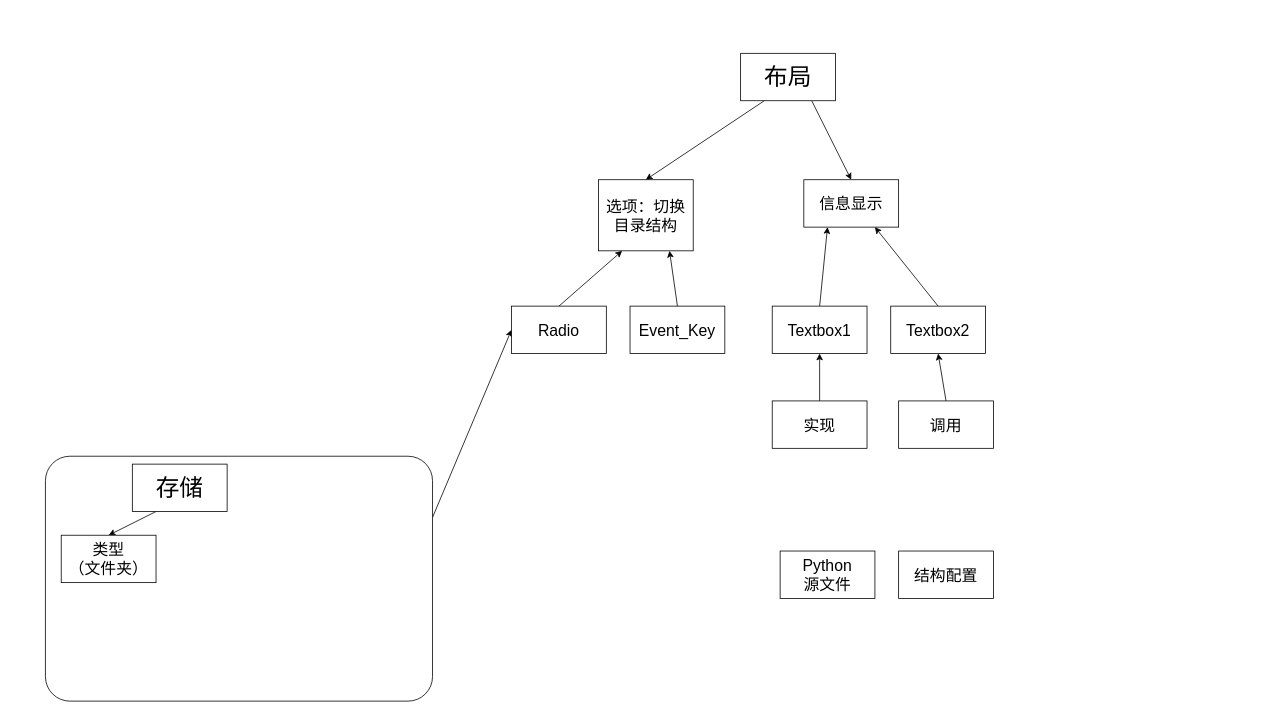
The draw.io diagram architectrue.drawio in ShellRedia/PaperConclusion, before the edit. Source tidied: cells renumbered, new cells numbered last; positions are measured from the earlier drawing's top-left corner, leaving out a move shared by most shapes. Both pictures are drawn from the tidied source at 79%, with x=0, y=0 at pixel (45, 53).
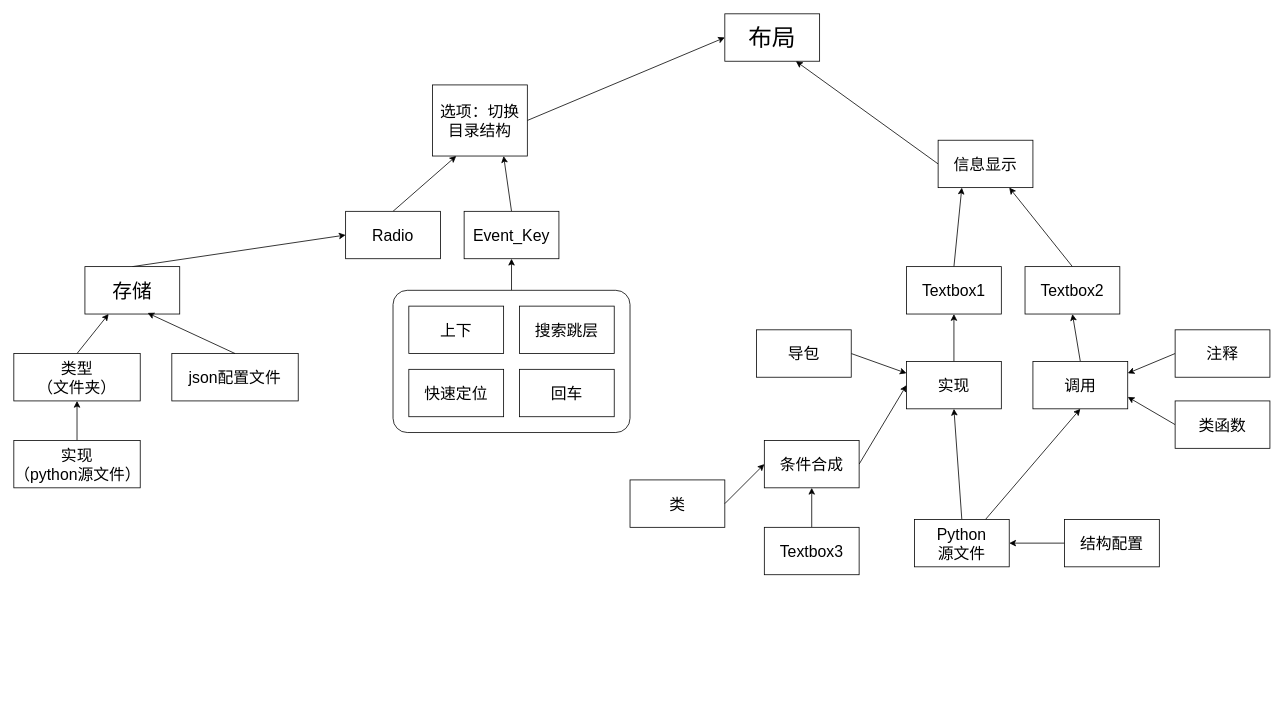
The same page after the edit.

What changed in the source:
```diff
@@
-    <mxCell id="2" style="edgeStyle=none;rounded=0;jettySize=auto;html=1;exitX=1;exitY=0.25;exitDx=0;exitDy=0;entryX=0;entryY=0.5;entryDx=0;entryDy=0;" parent="1" edge="1" source="3" target="10">
-      <mxGeometry relative="1" as="geometry" />
-    </mxCell>
-    <mxCell id="3" style="rounded=1;whiteSpace=wrap;html=1;arcSize=10;" parent="1" vertex="1">
-      <mxGeometry y="510" width="490" height="310" as="geometry" />
-    </mxCell>
-    <mxCell id="4" style="rounded=0;jettySize=auto;html=1;exitX=0.25;exitY=1;exitDx=0;exitDy=0;entryX=0.5;entryY=0;entryDx=0;entryDy=0;" parent="1" edge="1" source="6" target="7">
-      <mxGeometry relative="1" as="geometry" />
-    </mxCell>
-    <mxCell id="5" style="edgeStyle=none;rounded=0;jettySize=auto;html=1;exitX=0.75;exitY=1;exitDx=0;exitDy=0;entryX=0.5;entryY=0;entryDx=0;entryDy=0;" parent="1" edge="1" source="6" target="8">
-      <mxGeometry relative="1" as="geometry" />
-    </mxCell>
+    <mxCell id="26" style="edgeStyle=none;rounded=0;jettySize=auto;html=1;exitX=0.5;exitY=0;exitDx=0;exitDy=0;entryX=0.5;entryY=1;entryDx=0;entryDy=0;" parent="1" edge="1" source="27" target="12">
+      <mxGeometry relative="1" as="geometry" />
+    </mxCell>
+    <mxCell id="27" style="rounded=1;whiteSpace=wrap;html=1;arcSize=10;" parent="1" vertex="1">
+      <mxGeometry x="440" y="300" width="300" height="180" as="geometry" />
+    </mxCell>
     <mxCell id="6" value="&lt;font style=&quot;font-size: 30px;&quot;&gt;布局&lt;/font&gt;" style="whiteSpace=wrap;html=1;" parent="1" vertex="1">
-      <mxGeometry x="880" width="120" height="60" as="geometry" />
+      <mxGeometry x="860" y="-50" width="120" height="60" as="geometry" />
     </mxCell>
+    <mxCell id="28" style="edgeStyle=none;rounded=0;jettySize=auto;html=1;exitX=1;exitY=0.5;exitDx=0;exitDy=0;entryX=0;entryY=0.5;entryDx=0;entryDy=0;" parent="1" edge="1" source="7" target="6">
+      <mxGeometry relative="1" as="geometry" />
+    </mxCell>
     <mxCell id="7" value="&lt;font style=&quot;font-size: 20px;&quot;&gt;选项：切换目录结构&lt;/font&gt;" style="whiteSpace=wrap;html=1;" parent="1" vertex="1">
-      <mxGeometry x="700" y="160" width="120" height="90" as="geometry" />
+      <mxGeometry x="490" y="40" width="120" height="90" as="geometry" />
     </mxCell>
+    <mxCell id="29" style="edgeStyle=none;rounded=0;jettySize=auto;html=1;exitX=0;exitY=0.5;exitDx=0;exitDy=0;entryX=0.75;entryY=1;entryDx=0;entryDy=0;" parent="1" edge="1" source="8" target="6">
+      <mxGeometry relative="1" as="geometry" />
+    </mxCell>
     <mxCell id="8" value="&lt;span style=&quot;font-size: 20px;&quot;&gt;信息显示&lt;/span&gt;" style="whiteSpace=wrap;html=1;" parent="1" vertex="1">
-      <mxGeometry x="960" y="160" width="120" height="60" as="geometry" />
+      <mxGeometry x="1130" y="110" width="120" height="60" as="geometry" />
     </mxCell>
@@
     <mxCell id="10" value="&lt;font style=&quot;font-size: 20px;&quot;&gt;Radio&lt;/font&gt;" style="whiteSpace=wrap;html=1;" parent="1" vertex="1">
-      <mxGeometry x="590" y="320" width="120" height="60" as="geometry" />
+      <mxGeometry x="380" y="200" width="120" height="60" as="geometry" />
     </mxCell>
@@
     <mxCell id="12" value="&lt;span style=&quot;font-size: 20px;&quot;&gt;Event_Key&lt;/span&gt;" style="whiteSpace=wrap;html=1;" parent="1" vertex="1">
-      <mxGeometry x="740" y="320" width="120" height="60" as="geometry" />
+      <mxGeometry x="530" y="200" width="120" height="60" as="geometry" />
     </mxCell>
-    <mxCell id="13" style="edgeStyle=none;rounded=0;jettySize=auto;html=1;exitX=0.25;exitY=1;exitDx=0;exitDy=0;entryX=0.5;entryY=0;entryDx=0;entryDy=0;" parent="1" edge="1" source="14" target="15">
-      <mxGeometry relative="1" as="geometry" />
-    </mxCell>
+    <mxCell id="30" style="edgeStyle=none;rounded=0;jettySize=auto;html=1;exitX=0.5;exitY=0;exitDx=0;exitDy=0;entryX=0;entryY=0.5;entryDx=0;entryDy=0;" parent="1" edge="1" source="14" target="10">
+      <mxGeometry relative="1" as="geometry" />
+    </mxCell>
-    <mxCell id="14" value="&lt;font style=&quot;font-size: 30px;&quot;&gt;存储&lt;/font&gt;" style="whiteSpace=wrap;html=1;" parent="1" vertex="1">
-      <mxGeometry x="110" y="520" width="120" height="60" as="geometry" />
+    <mxCell id="14" value="&lt;font style=&quot;font-size: 25px;&quot;&gt;存储&lt;/font&gt;" style="whiteSpace=wrap;html=1;" parent="1" vertex="1">
+      <mxGeometry x="50" y="270" width="120" height="60" as="geometry" />
     </mxCell>
+    <mxCell id="31" style="edgeStyle=none;rounded=0;jettySize=auto;html=1;exitX=0.5;exitY=0;exitDx=0;exitDy=0;entryX=0.25;entryY=1;entryDx=0;entryDy=0;" parent="1" edge="1" source="15" target="14">
+      <mxGeometry relative="1" as="geometry" />
+    </mxCell>
     <mxCell id="15" value="&lt;span style=&quot;font-size: 20px;&quot;&gt;类型&lt;br&gt;（文件夹）&lt;/span&gt;" style="whiteSpace=wrap;html=1;" parent="1" vertex="1">
-      <mxGeometry x="20" y="610" width="120" height="60" as="geometry" />
+      <mxGeometry x="-40" y="380" width="160" height="60" as="geometry" />
     </mxCell>
@@
     <mxCell id="17" value="&lt;span style=&quot;font-size: 20px;&quot;&gt;Textbox1&lt;/span&gt;" style="whiteSpace=wrap;html=1;" parent="1" vertex="1">
-      <mxGeometry x="920" y="320" width="120" height="60" as="geometry" />
+      <mxGeometry x="1090" y="270" width="120" height="60" as="geometry" />
     </mxCell>
@@
     <mxCell id="19" value="&lt;span style=&quot;font-size: 20px;&quot;&gt;Textbox2&lt;/span&gt;" style="whiteSpace=wrap;html=1;" parent="1" vertex="1">
-      <mxGeometry x="1070" y="320" width="120" height="60" as="geometry" />
+      <mxGeometry x="1240" y="270" width="120" height="60" as="geometry" />
     </mxCell>
@@
     <mxCell id="21" value="&lt;span style=&quot;font-size: 20px;&quot;&gt;实现&lt;/span&gt;" style="whiteSpace=wrap;html=1;" parent="1" vertex="1">
-      <mxGeometry x="920" y="440" width="120" height="60" as="geometry" />
+      <mxGeometry x="1090" y="390" width="120" height="60" as="geometry" />
     </mxCell>
+    <mxCell id="32" style="edgeStyle=none;rounded=0;jettySize=auto;html=1;exitX=0.5;exitY=0;exitDx=0;exitDy=0;entryX=0.5;entryY=1;entryDx=0;entryDy=0;" parent="1" edge="1" source="22" target="21">
+      <mxGeometry relative="1" as="geometry" />
+    </mxCell>
+    <mxCell id="33" style="edgeStyle=none;rounded=0;jettySize=auto;html=1;exitX=0.75;exitY=0;exitDx=0;exitDy=0;entryX=0.5;entryY=1;entryDx=0;entryDy=0;" parent="1" edge="1" source="22" target="25">
+      <mxGeometry relative="1" as="geometry" />
+    </mxCell>
     <mxCell id="22" value="&lt;span style=&quot;font-size: 20px;&quot;&gt;Python&lt;br&gt;源文件&lt;/span&gt;" style="whiteSpace=wrap;html=1;" parent="1" vertex="1">
-      <mxGeometry x="930" y="630" width="120" height="60" as="geometry" />
+      <mxGeometry x="1100" y="590" width="120" height="60" as="geometry" />
     </mxCell>
+    <mxCell id="34" style="edgeStyle=none;rounded=0;jettySize=auto;html=1;exitX=0;exitY=0.5;exitDx=0;exitDy=0;entryX=1;entryY=0.5;entryDx=0;entryDy=0;" parent="1" edge="1" source="23" target="22">
+      <mxGeometry relative="1" as="geometry" />
+    </mxCell>
     <mxCell id="23" value="&lt;span style=&quot;font-size: 20px;&quot;&gt;结构配置&lt;/span&gt;" style="whiteSpace=wrap;html=1;" parent="1" vertex="1">
-      <mxGeometry x="1080" y="630" width="120" height="60" as="geometry" />
+      <mxGeometry x="1290" y="590" width="120" height="60" as="geometry" />
     </mxCell>
@@
     <mxCell id="25" value="&lt;span style=&quot;font-size: 20px;&quot;&gt;调用&lt;/span&gt;" style="whiteSpace=wrap;html=1;" parent="1" vertex="1">
-      <mxGeometry x="1080" y="440" width="120" height="60" as="geometry" />
+      <mxGeometry x="1250" y="390" width="120" height="60" as="geometry" />
     </mxCell>
+    <mxCell id="35" style="edgeStyle=none;rounded=0;jettySize=auto;html=1;exitX=1;exitY=0.5;exitDx=0;exitDy=0;entryX=0;entryY=0.5;entryDx=0;entryDy=0;" parent="1" edge="1" source="44" target="21">
+      <mxGeometry relative="1" as="geometry" />
+    </mxCell>
+    <mxCell id="36" value="&lt;span style=&quot;font-size: 20px;&quot;&gt;类&lt;/span&gt;" style="whiteSpace=wrap;html=1;" parent="1" vertex="1">
+      <mxGeometry x="740" y="540" width="120" height="60" as="geometry" />
+    </mxCell>
+    <mxCell id="37" style="edgeStyle=none;rounded=0;jettySize=auto;html=1;exitX=1;exitY=0.5;exitDx=0;exitDy=0;entryX=0;entryY=0.25;entryDx=0;entryDy=0;" parent="1" edge="1" source="38" target="21">
+      <mxGeometry relative="1" as="geometry" />
+    </mxCell>
+    <mxCell id="38" value="&lt;span style=&quot;font-size: 20px;&quot;&gt;导包&lt;/span&gt;" style="whiteSpace=wrap;html=1;" parent="1" vertex="1">
+      <mxGeometry x="900" y="350" width="120" height="60" as="geometry" />
+    </mxCell>
+    <mxCell id="39" style="edgeStyle=none;rounded=0;jettySize=auto;html=1;exitX=0;exitY=0.5;exitDx=0;exitDy=0;entryX=1;entryY=0.75;entryDx=0;entryDy=0;" parent="1" edge="1" source="40" target="25">
+      <mxGeometry relative="1" as="geometry" />
+    </mxCell>
+    <mxCell id="40" value="&lt;span style=&quot;font-size: 20px;&quot;&gt;类函数&lt;/span&gt;" style="whiteSpace=wrap;html=1;" parent="1" vertex="1">
+      <mxGeometry x="1430" y="440" width="120" height="60" as="geometry" />
+    </mxCell>
+    <mxCell id="41" style="edgeStyle=none;rounded=0;jettySize=auto;html=1;exitX=0;exitY=0.5;exitDx=0;exitDy=0;entryX=1;entryY=0.25;entryDx=0;entryDy=0;" parent="1" edge="1" source="42" target="25">
+      <mxGeometry relative="1" as="geometry" />
+    </mxCell>
+    <mxCell id="42" value="&lt;span style=&quot;font-size: 20px;&quot;&gt;注释&lt;/span&gt;" style="whiteSpace=wrap;html=1;" parent="1" vertex="1">
+      <mxGeometry x="1430" y="350" width="120" height="60" as="geometry" />
+    </mxCell>
+    <mxCell id="43" style="edgeStyle=none;rounded=0;jettySize=auto;html=1;exitX=1;exitY=0.5;exitDx=0;exitDy=0;entryX=0;entryY=0.5;entryDx=0;entryDy=0;" parent="1" edge="1" source="36" target="44">
+      <mxGeometry relative="1" as="geometry" />
+    </mxCell>
+    <mxCell id="44" value="&lt;span style=&quot;font-size: 20px;&quot;&gt;条件合成&lt;/span&gt;" style="whiteSpace=wrap;html=1;" parent="1" vertex="1">
+      <mxGeometry x="910" y="490" width="120" height="60" as="geometry" />
+    </mxCell>
+    <mxCell id="45" value="&lt;span style=&quot;font-size: 20px;&quot;&gt;快速定位&lt;/span&gt;" style="whiteSpace=wrap;html=1;" parent="1" vertex="1">
+      <mxGeometry x="460" y="400" width="120" height="60" as="geometry" />
+    </mxCell>
+    <mxCell id="46" value="&lt;span style=&quot;font-size: 20px;&quot;&gt;搜索跳层&lt;/span&gt;" style="whiteSpace=wrap;html=1;" parent="1" vertex="1">
+      <mxGeometry x="600" y="320" width="120" height="60" as="geometry" />
+    </mxCell>
+    <mxCell id="47" value="&lt;span style=&quot;font-size: 20px;&quot;&gt;上下&lt;/span&gt;" style="whiteSpace=wrap;html=1;" parent="1" vertex="1">
+      <mxGeometry x="460" y="320" width="120" height="60" as="geometry" />
+    </mxCell>
+    <mxCell id="48" value="&lt;span style=&quot;font-size: 20px;&quot;&gt;回车&lt;/span&gt;" style="whiteSpace=wrap;html=1;" parent="1" vertex="1">
+      <mxGeometry x="600" y="400" width="120" height="60" as="geometry" />
+    </mxCell>
+    <mxCell id="49" style="edgeStyle=none;rounded=0;jettySize=auto;html=1;exitX=0.5;exitY=0;exitDx=0;exitDy=0;entryX=0.5;entryY=1;entryDx=0;entryDy=0;" parent="1" edge="1" source="50" target="44">
+      <mxGeometry relative="1" as="geometry" />
+    </mxCell>
+    <mxCell id="50" value="&lt;span style=&quot;font-size: 20px;&quot;&gt;Textbox3&lt;/span&gt;" style="whiteSpace=wrap;html=1;" parent="1" vertex="1">
+      <mxGeometry x="910" y="600" width="120" height="60" as="geometry" />
+    </mxCell>
+    <mxCell id="51" style="edgeStyle=none;rounded=0;jettySize=auto;html=1;exitX=0.5;exitY=0;exitDx=0;exitDy=0;entryX=0.5;entryY=1;entryDx=0;entryDy=0;" parent="1" edge="1" source="52" target="15">
+      <mxGeometry relative="1" as="geometry" />
+    </mxCell>
+    <mxCell id="52" value="&lt;span style=&quot;font-size: 20px;&quot;&gt;实现&lt;br&gt;（python源文件）&lt;/span&gt;" style="whiteSpace=wrap;html=1;" parent="1" vertex="1">
+      <mxGeometry x="-40" y="490" width="160" height="60" as="geometry" />
+    </mxCell>
+    <mxCell id="53" value="&lt;span style=&quot;font-size: 20px;&quot;&gt;json配置文件&lt;/span&gt;" style="whiteSpace=wrap;html=1;" parent="1" vertex="1">
+      <mxGeometry x="160" y="380" width="160" height="60" as="geometry" />
+    </mxCell>
+    <mxCell id="54" style="edgeStyle=none;rounded=0;jettySize=auto;html=1;exitX=0.5;exitY=0;exitDx=0;exitDy=0;entryX=0.661;entryY=0.978;entryDx=0;entryDy=0;entryPerimeter=0;" parent="1" edge="1" source="53" target="14">
+      <mxGeometry relative="1" as="geometry" />
+    </mxCell>
```
